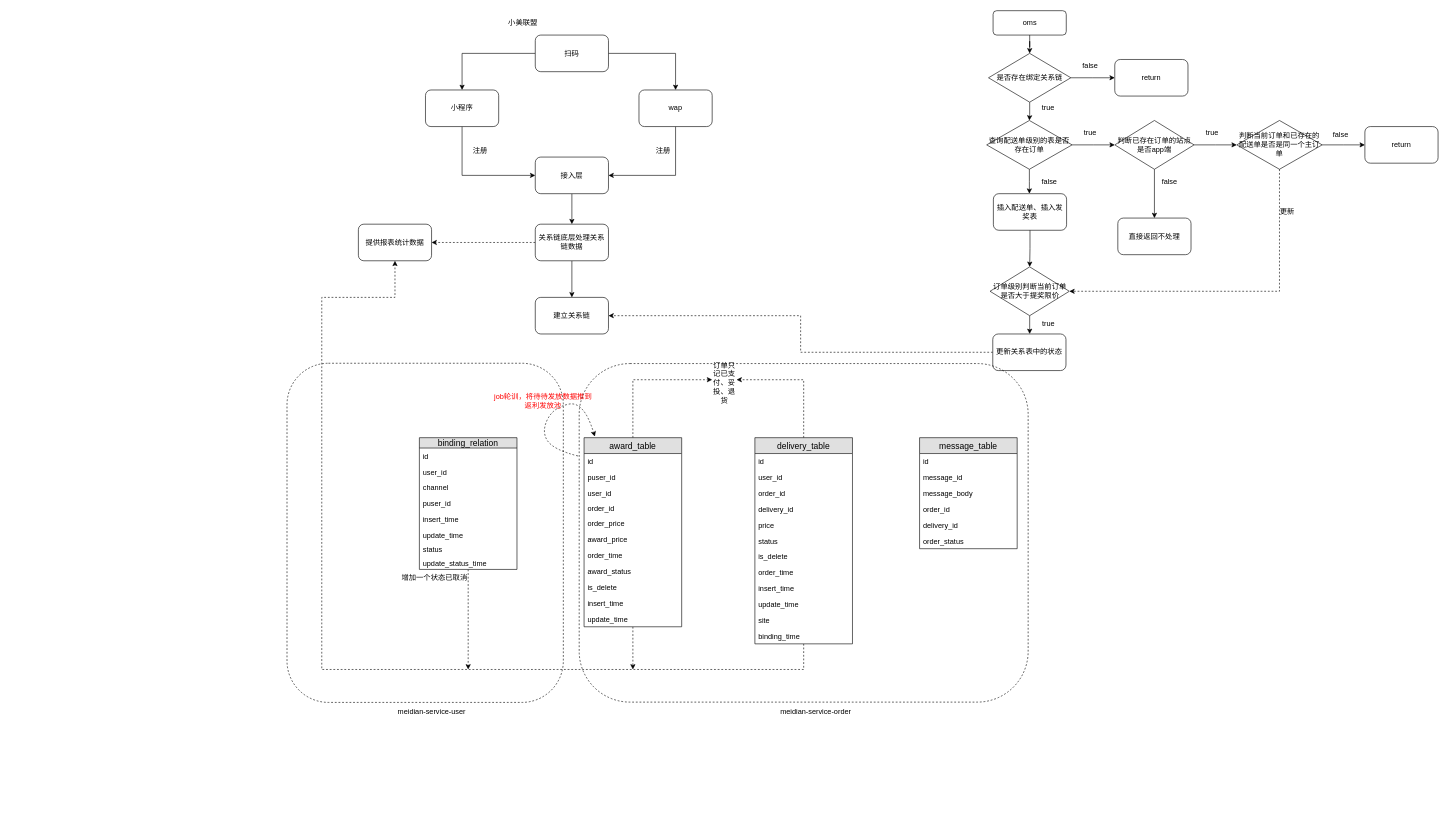
This is 小美联盟z.drawio from Itxiaopao/viewFloder, a draw.io file, before an edit. Source tidied: cells renumbered, new cells numbered last; positions are measured from the earlier drawing's top-left corner, leaving out a move shared by most shapes. Both pictures are drawn from the tidied source at 61%, with x=0, y=0 at pixel (287, 10).
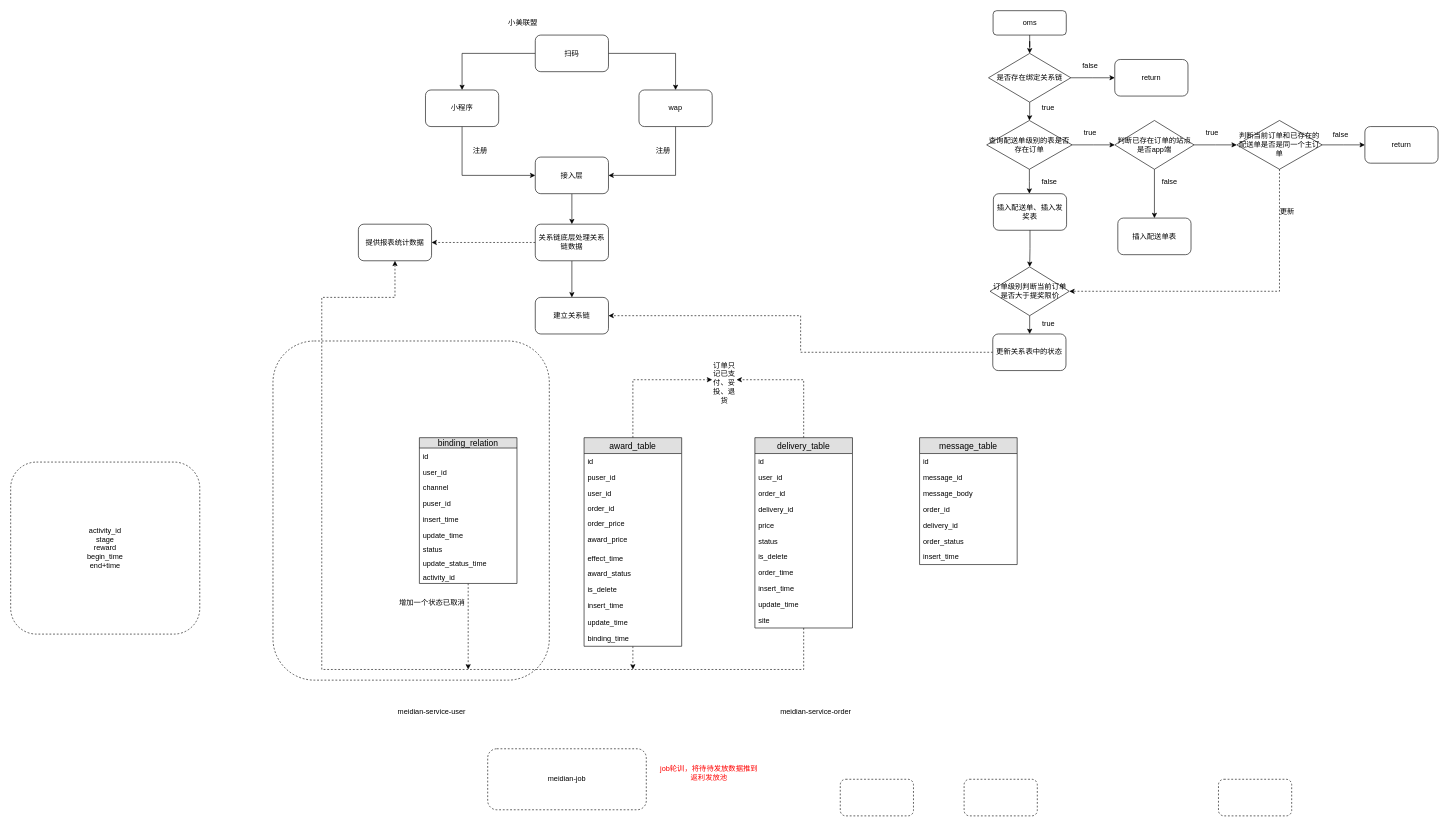
The same diagram, later.

The edit, as a diff of the source:
```diff
@@
     <mxCell id="31" value="binding_relation" style="swimlane;fontStyle=0;horizontal=1;startSize=17;fillColor=#e0e0e0;swimlaneFillColor=#ffffff;align=center;fontSize=14;" parent="1" vertex="1">
-      <mxGeometry x="217" y="700" width="160" height="216" as="geometry" />
+      <mxGeometry x="217" y="700" width="160" height="239" as="geometry" />
     </mxCell>
@@
+    <mxCell id="107" value="activity_id" style="text;strokeColor=none;fillColor=none;spacingLeft=4;spacingRight=4;overflow=hidden;fontSize=12;" parent="31" vertex="1">
+      <mxGeometry y="216" width="160" height="23" as="geometry" />
+    </mxCell>
@@
     <mxCell id="42" value="award_table" style="swimlane;fontStyle=0;horizontal=1;startSize=26;fillColor=#e0e0e0;swimlaneFillColor=#ffffff;align=center;fontSize=14;" parent="1" vertex="1">
-      <mxGeometry x="487" y="700" width="160" height="310" as="geometry" />
+      <mxGeometry x="487" y="700" width="160" height="342" as="geometry" />
     </mxCell>
@@
     <mxCell id="48" value="award_price" style="text;strokeColor=none;fillColor=none;spacingLeft=4;spacingRight=4;overflow=hidden;fontSize=12;" parent="42" vertex="1">
-      <mxGeometry y="154" width="160" height="26" as="geometry" />
+      <mxGeometry y="154" width="160" height="30" as="geometry" />
     </mxCell>
-    <mxCell id="49" value="order_time" style="text;strokeColor=none;fillColor=none;spacingLeft=4;spacingRight=4;overflow=hidden;fontSize=12;" parent="42" vertex="1">
-      <mxGeometry y="180" width="160" height="26" as="geometry" />
+    <mxCell id="49" value="effect_time" style="text;strokeColor=none;fillColor=none;spacingLeft=4;spacingRight=4;overflow=hidden;fontSize=12;" parent="42" vertex="1">
+      <mxGeometry y="184" width="160" height="26" as="geometry" />
     </mxCell>
     <mxCell id="50" value="award_status" style="text;strokeColor=none;fillColor=none;spacingLeft=4;spacingRight=4;overflow=hidden;fontSize=12;" parent="42" vertex="1">
-      <mxGeometry y="206" width="160" height="26" as="geometry" />
+      <mxGeometry y="210" width="160" height="26" as="geometry" />
     </mxCell>
     <mxCell id="51" value="is_delete" style="text;strokeColor=none;fillColor=none;spacingLeft=4;spacingRight=4;overflow=hidden;fontSize=12;" parent="42" vertex="1">
-      <mxGeometry y="232" width="160" height="26" as="geometry" />
+      <mxGeometry y="236" width="160" height="26" as="geometry" />
     </mxCell>
     <mxCell id="52" value="insert_time" style="text;strokeColor=none;fillColor=none;spacingLeft=4;spacingRight=4;overflow=hidden;fontSize=12;" parent="42" vertex="1">
-      <mxGeometry y="258" width="160" height="26" as="geometry" />
+      <mxGeometry y="262" width="160" height="28" as="geometry" />
     </mxCell>
     <mxCell id="53" value="update_time" style="text;strokeColor=none;fillColor=none;spacingLeft=4;spacingRight=4;overflow=hidden;fontSize=12;" parent="42" vertex="1">
-      <mxGeometry y="284" width="160" height="26" as="geometry" />
+      <mxGeometry y="290" width="160" height="26" as="geometry" />
     </mxCell>
+    <mxCell id="68" value="binding_time" style="text;strokeColor=none;fillColor=none;spacingLeft=4;spacingRight=4;overflow=hidden;fontSize=12;" parent="42" vertex="1">
+      <mxGeometry y="316" width="160" height="26" as="geometry" />
+    </mxCell>
@@
     <mxCell id="56" value="delivery_table" style="swimlane;fontStyle=0;horizontal=1;startSize=26;fillColor=#e0e0e0;swimlaneFillColor=#ffffff;align=center;fontSize=14;" parent="1" vertex="1">
-      <mxGeometry x="767" y="700" width="160" height="338" as="geometry" />
+      <mxGeometry x="767" y="700" width="160" height="312" as="geometry" />
     </mxCell>
@@
-    <mxCell id="68" value="binding_time" style="text;strokeColor=none;fillColor=none;spacingLeft=4;spacingRight=4;overflow=hidden;fontSize=12;" parent="56" vertex="1">
-      <mxGeometry y="312" width="160" height="26" as="geometry" />
-    </mxCell>
@@
     <mxCell id="70" value="增加一个状态已取消" style="text;html=1;strokeColor=none;fillColor=none;align=center;verticalAlign=middle;whiteSpace=wrap;rounded=0;" parent="1" vertex="1">
-      <mxGeometry x="187" y="920" width="110" height="20" as="geometry" />
+      <mxGeometry x="182.5" y="960" width="110" height="20" as="geometry" />
     </mxCell>
@@
-    <mxCell id="81" value="直接返回不处理" style="rounded=1;whiteSpace=wrap;html=1;" parent="1" vertex="1">
+    <mxCell id="81" value="插入配送单表" style="rounded=1;whiteSpace=wrap;html=1;" parent="1" vertex="1">
       <mxGeometry x="1362" y="340" width="120" height="60" as="geometry" />
     </mxCell>
@@
-    <mxCell id="84" style="curved=1;endArrow=classic;html=1;dashed=1;entryX=0.11;entryY=-0.006;entryDx=0;entryDy=0;entryPerimeter=0;" parent="1" edge="1" target="42">
-      <mxGeometry relative="1" as="geometry">
-        <mxPoint x="477" y="730" as="sourcePoint" />
-        <Array as="points">
-          <mxPoint x="437" y="720" />
-          <mxPoint x="417" y="690" />
-          <mxPoint x="437" y="650" />
-          <mxPoint x="487" y="640" />
-        </Array>
-      </mxGeometry>
-    </mxCell>
     <mxCell id="85" value="&lt;font color=&quot;#ff0000&quot;&gt;job轮训，将待待发放数据推到返利发放池&lt;/font&gt;" style="text;html=1;strokeColor=none;fillColor=none;align=center;verticalAlign=middle;whiteSpace=wrap;rounded=0;" parent="1" vertex="1">
-      <mxGeometry x="335.4" y="630" width="170" height="20" as="geometry" />
+      <mxGeometry x="607" y="1240" width="170" height="20" as="geometry" />
     </mxCell>
     <mxCell id="86" value="message_table" style="swimlane;fontStyle=0;horizontal=1;startSize=26;fillColor=#e0e0e0;swimlaneFillColor=#ffffff;align=center;fontSize=14;" parent="1" vertex="1">
-      <mxGeometry x="1037" y="700" width="160" height="182" as="geometry" />
+      <mxGeometry x="1037" y="700" width="160" height="208" as="geometry" />
     </mxCell>
@@
+    <mxCell id="108" value="insert_time" style="text;strokeColor=none;fillColor=none;spacingLeft=4;spacingRight=4;overflow=hidden;fontSize=12;" parent="86" vertex="1">
+      <mxGeometry y="182" width="160" height="26" as="geometry" />
+    </mxCell>
@@
     <mxCell id="94" style="rounded=1;whiteSpace=wrap;html=1;shadow=0;strokeColor=#000000;fillColor=none;gradientColor=#ffffff;dashed=1;" parent="1" vertex="1">
-      <mxGeometry y="578" width="453" height="556" as="geometry" />
+      <mxGeometry x="-23" y="541.5" width="453" height="556" as="geometry" />
     </mxCell>
-    <mxCell id="95" style="rounded=1;whiteSpace=wrap;html=1;shadow=0;dashed=1;strokeColor=#000000;fillColor=none;gradientColor=#ffffff;" parent="1" vertex="1">
-      <mxGeometry x="479" y="578.5" width="736" height="555" as="geometry" />
-    </mxCell>
@@
+    <mxCell id="109" value="meidian-job" style="rounded=1;whiteSpace=wrap;html=1;shadow=0;strokeColor=#000000;fillColor=none;gradientColor=#ffffff;dashed=1;" parent="1" vertex="1">
+      <mxGeometry x="329" y="1210" width="260" height="100" as="geometry" />
+    </mxCell>
+    <mxCell id="110" style="rounded=1;whiteSpace=wrap;html=1;shadow=0;dashed=1;strokeColor=#000000;fillColor=none;gradientColor=#ffffff;" parent="1" vertex="1">
+      <mxGeometry x="907" y="1260" width="120" height="60" as="geometry" />
+    </mxCell>
+    <mxCell id="111" style="rounded=1;whiteSpace=wrap;html=1;shadow=0;dashed=1;strokeColor=#000000;fillColor=none;gradientColor=#ffffff;" parent="1" vertex="1">
+      <mxGeometry x="1110" y="1260" width="120" height="60" as="geometry" />
+    </mxCell>
+    <mxCell id="112" style="rounded=1;whiteSpace=wrap;html=1;shadow=0;dashed=1;strokeColor=#000000;fillColor=none;gradientColor=#ffffff;" parent="1" vertex="1">
+      <mxGeometry x="1527" y="1260" width="120" height="60" as="geometry" />
+    </mxCell>
+    <mxCell id="113" value="activity_id&lt;br&gt;stage&lt;br&gt;reward&lt;br&gt;begin_time&lt;br&gt;end+time&lt;br&gt;" style="rounded=1;whiteSpace=wrap;html=1;shadow=0;dashed=1;strokeColor=#000000;fillColor=none;gradientColor=#ffffff;" parent="1" vertex="1">
+      <mxGeometry x="-453" y="740" width="310" height="282" as="geometry" />
+    </mxCell>
```
